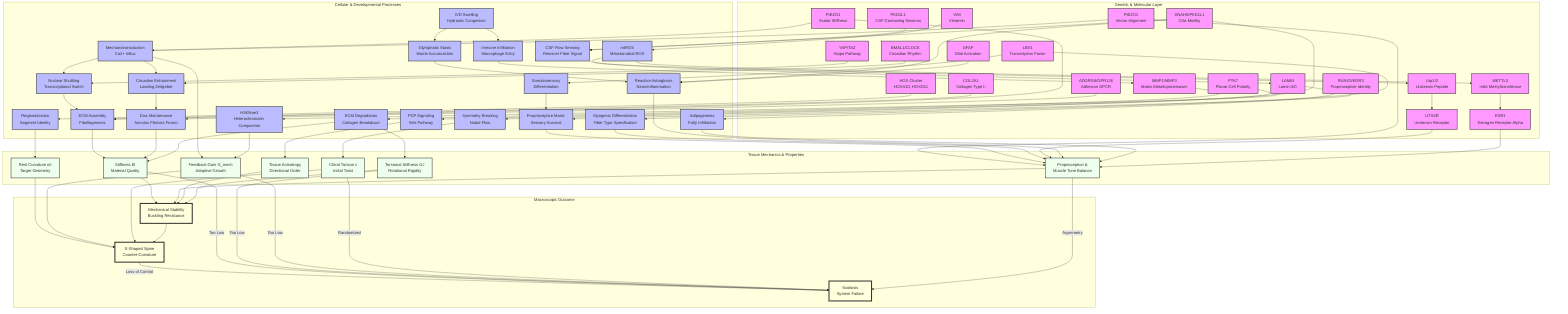
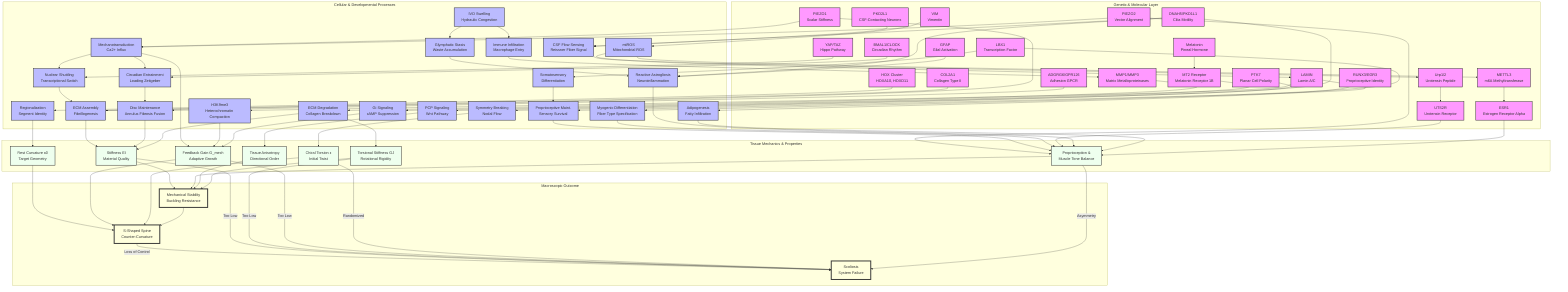
graph TD
    %% Subgraphs for Organization
    subgraph Genetics [Genetic & Molecular Layer]
        HOX[HOX Cluster<br/>HOXA10, HOXD11]
        COL[COL2A1<br/>Collagen Type II]
        PIEZO1[PIEZO1<br/>Scalar Stiffness]
        PIEZO2[PIEZO2<br/>Vector Alignment]
        CILIA[DNAH5/PKD1L1<br/>Cilia Motility]
        LBX1[LBX1<br/>Transcription Factor]
        ADGRG6[ADGRG6/GPR126<br/>Adhesion GPCR]
        PTK7[PTK7<br/>Planar Cell Polarity]
        YAP[YAP/TAZ<br/>Hippo Pathway]
        PKD2L1[PKD2L1<br/>CSF-Contacting Neurons]
        MMP[MMP1/MMP3<br/>Matrix Metalloproteinases]
        URP[Urp1/2<br/>Urotensin Peptide]
        UTS2R[UTS2R<br/>Urotensin Receptor]
        GFAP[GFAP<br/>Glial Activation]
        VIM[VIM<br/>Vimentin]
        LAMIN[LAMIN<br/>Lamin A/C]
        BMAL1[BMAL1/CLOCK<br/>Circadian Rhythm]
        RUNX3[RUNX3/EGR3<br/>Proprioceptive Identity]
        METTL3[METTL3<br/>m6A Methyltransferase]
        ESR1[ESR1<br/>Estrogen Receptor Alpha]
+         MELATONIN[Melatonin<br/>Pineal Hormone]
+         MT2[MT2 Receptor<br/>Melatonin Receptor 1B]
    end

    subgraph Processes [Cellular & Developmental Processes]
        Astrogliosis[Reactive Astrogliosis<br/>Neuroinflammation]
        Region[Regionalization<br/>Segment Identity]
        ECM_Assembly[ECM Assembly<br/>Fibrillogenesis]
        Nucl_Shuttle[Nuclear Shuttling<br/>Transcriptional Switch]
        Mech_Trans[Mechanotransduction<br/>Ca2+ Influx]
        Sym_Break[Symmetry Breaking<br/>Nodal Flow]
        CSF_Sensing[CSF Flow Sensing<br/>Reissner Fiber Signal]
        Neur_Diff[Somatosensory<br/>Differentiation]
        Muscle_Diff[Myogenic Differentiation<br/>Fiber Type Specification]
        Disc_Maint[Disc Maintenance<br/>Annulus Fibrosis Fusion]
        PCP_Sig[PCP Signaling<br/>Wnt Pathway]
        Degradation[ECM Degradation<br/>Collagen Breakdown]
        mtROS[mtROS<br/>Mitochondrial ROS]
        Adipogenesis[Adipogenesis<br/>Fatty Infiltration]
        Hydraulic_Congestion[IVD Swelling<br/>Hydraulic Congestion]
        Immune_Infilt[Immune Infiltration<br/>Macrophage Entry]
        Circadian_Entrain[Circadian Entrainment<br/>Loading Zeitgeber]
        Proprio_Maint[Proprioceptive Maint.<br/>Sensory Survival]
        H3K9me3[H3K9me3<br/>Heterochromatin Compaction]
        Glymphatic_Stasis[Glymphatic Stasis<br/>Waste Accumulation]
+         Gi_cAMP[Gi Signaling<br/>cAMP Suppression]
    end

    subgraph Tissue [Tissue Mechanics & Properties]
        Rest_Kappa[Rest Curvature κ0<br/>Target Geometry]
        Stiffness[Stiffness EI<br/>Material Quality]
        Torsional_Stiffness[Torsional Stiffness GJ<br/>Rotational Rigidity]
        Gain[Feedback Gain G_mech<br/>Adaptive Growth]
        Torsion[Chiral Torsion ε<br/>Initial Twist]
        Muscle_Tone[Proprioception &<br/>Muscle Tone Balance]
        Anisotropy[Tissue Anisotropy<br/>Directional Order]
    end

    subgraph Outcome [Macroscopic Outcome]
        S_Curve[S-Shaped Spine<br/>Counter-Curvature]
        Stability[Mechanical Stability<br/>Buckling Resistance]
        Scoliosis[Scoliosis<br/>System Failure]
    end

    %% Connections
    HOX --> Region
    Region --> Rest_Kappa
    Rest_Kappa --> S_Curve

    COL --> ECM_Assembly
    ECM_Assembly --> Stiffness
    Stiffness --> Stability

    PIEZO1 --> Mech_Trans
    PIEZO2 --> Mech_Trans
    Mech_Trans --> Gain
    Gain --> S_Curve

    %% NEW ARC: Piezo Duality (Vector-Scalar Mismatch)
    PIEZO1 --> ECM_Assembly
    PIEZO2 --> Muscle_Tone

    CILIA --> Sym_Break
    Sym_Break --> Torsion
    Torsion --> S_Curve

    LBX1 --> Neur_Diff
    LBX1 --> Muscle_Diff
    Neur_Diff --> Proprio_Maint
    Proprio_Maint --> Muscle_Tone
    Muscle_Diff --> Muscle_Tone
    Muscle_Tone --> Stability

    %% NEW ARC: Proprioceptive Maintenance
    RUNX3 --> Proprio_Maint

    %% NEW ARC: ADGRG6
    ADGRG6 --> Disc_Maint
    Disc_Maint --> Stiffness

    %% NEW ARC: PTK7
    PTK7 --> PCP_Sig
    PCP_Sig --> Anisotropy
    Anisotropy --> Stability

    %% NEW ARC: YAP/TAZ
    YAP --> Nucl_Shuttle
    Nucl_Shuttle --> ECM_Assembly
    Mech_Trans --> Nucl_Shuttle

    %% NEW ARC: CSF/Reissner Fiber
    CILIA --> CSF_Sensing
    PKD2L1 --> CSF_Sensing
    CSF_Sensing --> URP
    URP --> UTS2R
    UTS2R --> Muscle_Tone

    %% NEW ARC: MMP Degradation
    MMP --> Degradation
    Degradation --> Stiffness

    %% NEW ARC: Neuro-Inflammatory Pathway
    CILIA --> Astrogliosis
    GFAP --> Astrogliosis
    Astrogliosis --> Muscle_Tone

    %% NEW ARC: Vimentin Metabolic Switch
    VIM --> mtROS
    mtROS --> LAMIN
    LAMIN --> Adipogenesis
    Adipogenesis --> Muscle_Tone

    %% NEW ARC: Inflamed Torsion
    Hydraulic_Congestion --> Immune_Infilt
    Immune_Infilt --> MMP
    Degradation --> Torsional_Stiffness
    Torsional_Stiffness --> Stability

    %% NEW ARC: Glymphatic Stasis
    Hydraulic_Congestion --> Glymphatic_Stasis
    Glymphatic_Stasis --> Astrogliosis

    %% Cross-Talk and Failures
    Stability --> S_Curve
    S_Curve -- "Loss of Control" --> Scoliosis
    Stiffness -- "Too Low" --> Scoliosis
    Torsional_Stiffness -- "Too Low" --> Scoliosis
    Gain -- "Too Low" --> Scoliosis
    Torsion -- "Randomized" --> Scoliosis
    Muscle_Tone -- "Asymmetry" --> Scoliosis

    %% Styling
    classDef gene fill:#f9f,stroke:#333,stroke-width:2px;
    classDef process fill:#bbf,stroke:#333,stroke-width:2px;
    classDef tissue fill:#efe,stroke:#333,stroke-width:2px;
    classDef outcome fill:#ffd,stroke:#333,stroke-width:4px;

    %% NEW ARC: Spinal Jetlag
    BMAL1 --> Circadian_Entrain
    Mech_Trans --> Circadian_Entrain
    Circadian_Entrain --> Disc_Maint

    %% NEW ARC: Epigenetic Asymmetry
    mtROS --> METTL3
    METTL3 --> ESR1
    ESR1 --> Muscle_Tone

    %% NEW ARC: Nuclear Stiffness (Scalar Senescence)
    LAMIN --> H3K9me3
    H3K9me3 --> Gain

-     class HOX,COL,PIEZO1,PIEZO2,CILIA,LBX1,ADGRG6,PTK7,YAP,PKD2L1,MMP,URP,UTS2R,GFAP,VIM,LAMIN,BMAL1,RUNX3,METTL3,ESR1 gene;
-     class Region,ECM_Assembly,Mech_Trans,Sym_Break,Neur_Diff,Muscle_Diff,Disc_Maint,PCP_Sig,Nucl_Shuttle,CSF_Sensing,Degradation,Astrogliosis,mtROS,Adipogenesis,Hydraulic_Congestion,Immune_Infilt,Circadian_Entrain,Proprio_Maint,H3K9me3,Glymphatic_Stasis process;
+     %% NEW ARC: Melatonin Gain Control
+     MELATONIN --> MT2
+     MT2 --> Gi_cAMP
+     Gi_cAMP --> Gain
+ 
+     class HOX,COL,PIEZO1,PIEZO2,CILIA,LBX1,ADGRG6,PTK7,YAP,PKD2L1,MMP,URP,UTS2R,GFAP,VIM,LAMIN,BMAL1,RUNX3,METTL3,ESR1,MELATONIN,MT2 gene;
+     class Region,ECM_Assembly,Mech_Trans,Sym_Break,Neur_Diff,Muscle_Diff,Disc_Maint,PCP_Sig,Nucl_Shuttle,CSF_Sensing,Degradation,Astrogliosis,mtROS,Adipogenesis,Hydraulic_Congestion,Immune_Infilt,Circadian_Entrain,Proprio_Maint,H3K9me3,Glymphatic_Stasis,Gi_cAMP process;
    class Rest_Kappa,Stiffness,Torsional_Stiffness,Gain,Torsion,Muscle_Tone,Anisotropy tissue;
    class S_Curve,Stability,Scoliosis outcome;
